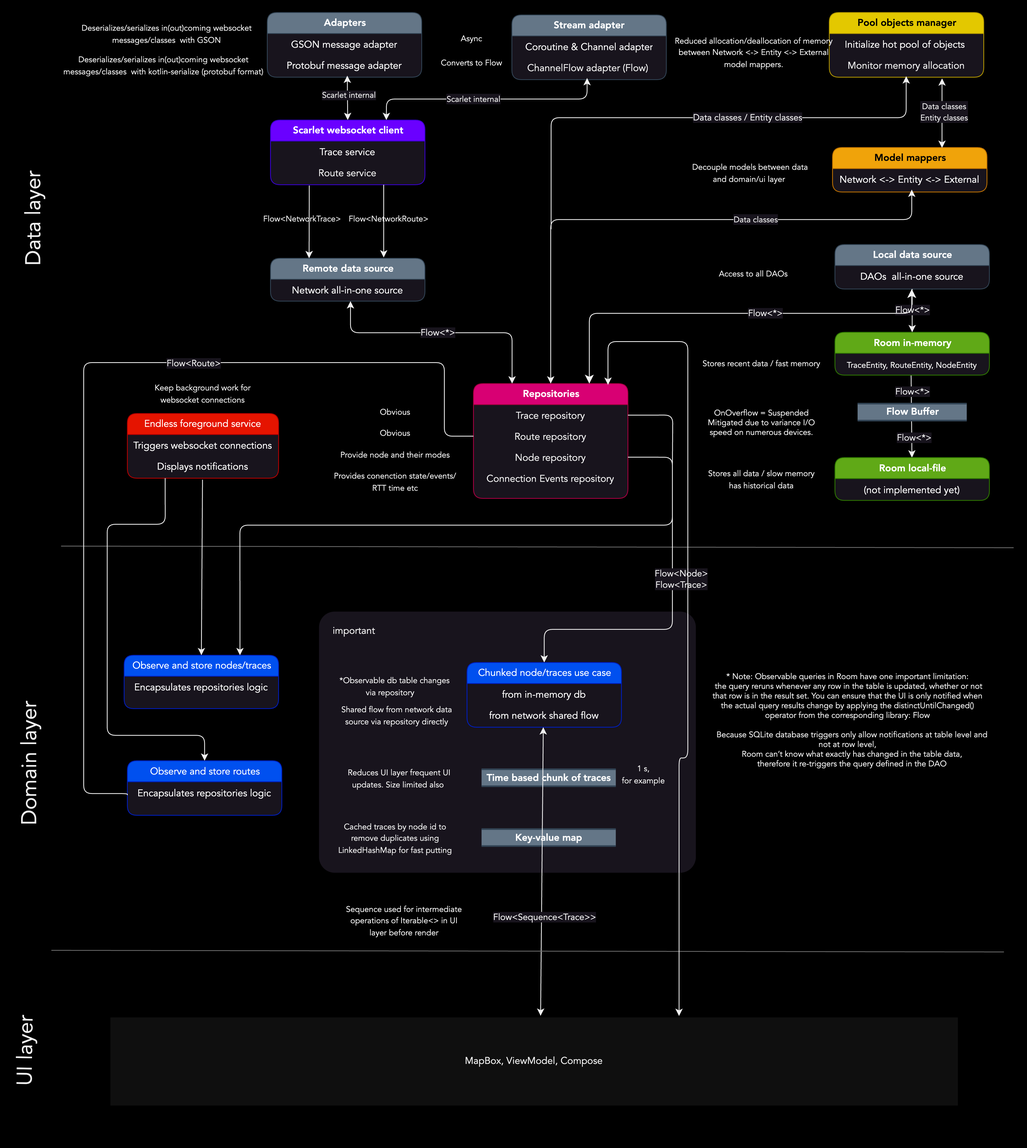
The draw.io diagram docs/design.drawio.png in vitaliystoyanov/trace-node-tracking-playground, before a commit. Source tidied: cells renumbered, new cells last; positions are measured from the earlier drawing's top-left corner, leaving out a move shared by most shapes.
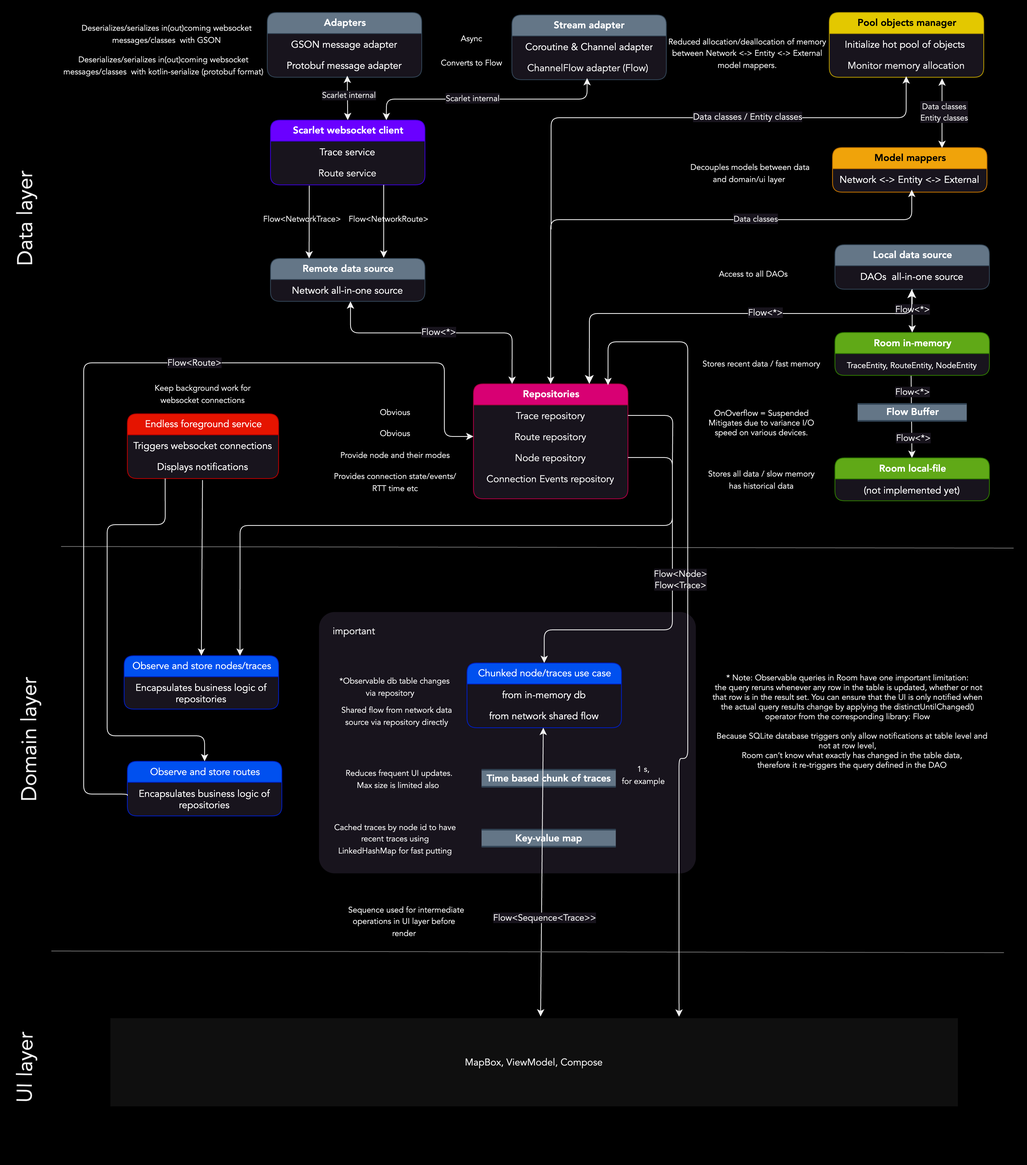
After the change.

Change to the diagram source:
```diff
@@ -106,7 +106,7 @@
         <mxPoint x="48" y="-3" as="offset" />
       </mxGeometry>
     </mxCell>
-    <mxCell id="33" value="&lt;font style=&quot;font-size: 10px;&quot;&gt;&lt;div&gt;OnOverflow = Suspended&lt;/div&gt;&lt;div&gt;Mitigated due to variance I/O speed on numerous devices.&lt;/div&gt;&lt;/font&gt;" style="text;html=1;strokeColor=none;fillColor=none;align=center;verticalAlign=middle;whiteSpace=wrap;rounded=0;fontFamily=Avenir;" parent="1" vertex="1">
+    <mxCell id="33" value="&lt;font style=&quot;font-size: 10px;&quot;&gt;&lt;div style=&quot;&quot;&gt;OnOverflow = Suspended&lt;/div&gt;&lt;div style=&quot;&quot;&gt;Mitigates due to variance I/O speed on various devices.&lt;/div&gt;&lt;/font&gt;" style="text;html=1;strokeColor=none;fillColor=none;align=center;verticalAlign=middle;whiteSpace=wrap;rounded=0;fontFamily=Avenir;" parent="1" vertex="1">
       <mxGeometry x="932.5" y="483.8" width="155" height="45.5" as="geometry" />
     </mxCell>
     <mxCell id="34" value="&lt;font style=&quot;font-size: 10px;&quot;&gt;Stores recent data / fast memory&lt;/font&gt;" style="text;html=1;strokeColor=none;fillColor=none;align=center;verticalAlign=middle;whiteSpace=wrap;rounded=0;fontFamily=Avenir;" parent="1" vertex="1">
@@ -131,7 +131,7 @@
         <mxPoint y="-3" as="offset" />
       </mxGeometry>
     </mxCell>
-    <mxCell id="39" value="&lt;span style=&quot;font-size: 10px;&quot;&gt;Provides conenction state/events/&lt;br&gt;RTT time etc&lt;br&gt;&lt;/span&gt;" style="text;html=1;strokeColor=none;fillColor=none;align=center;verticalAlign=middle;whiteSpace=wrap;rounded=0;fontFamily=Avenir;" parent="1" vertex="1">
+    <mxCell id="39" value="&lt;span style=&quot;font-size: 10px;&quot;&gt;Provides connection state/events/&lt;br&gt;RTT time etc&lt;br&gt;&lt;/span&gt;" style="text;html=1;strokeColor=none;fillColor=none;align=center;verticalAlign=middle;whiteSpace=wrap;rounded=0;fontFamily=Avenir;" parent="1" vertex="1">
       <mxGeometry x="480" y="565" width="155" height="30" as="geometry" />
     </mxCell>
     <mxCell id="40" value="&lt;span style=&quot;font-size: 10px;&quot;&gt;Provide node and their modes&lt;br&gt;&lt;/span&gt;" style="text;html=1;strokeColor=none;fillColor=none;align=center;verticalAlign=middle;whiteSpace=wrap;rounded=0;fontFamily=Avenir;" parent="1" vertex="1">
@@ -191,13 +191,13 @@
       </mxGeometry>
     </mxCell>
     <mxCell id="56" value="&lt;font style=&quot;font-size: 26px;&quot;&gt;Data layer&lt;/font&gt;" style="text;html=1;strokeColor=none;fillColor=none;align=center;verticalAlign=middle;whiteSpace=wrap;rounded=0;rotation=-90;fontFamily=Avenir;" parent="1" vertex="1">
-      <mxGeometry x="10" y="240" width="201" height="30" as="geometry" />
+      <mxGeometry y="240" width="201" height="30" as="geometry" />
     </mxCell>
     <mxCell id="57" value="&lt;font style=&quot;font-size: 26px;&quot;&gt;Domain layer&lt;/font&gt;" style="text;html=1;strokeColor=none;fillColor=none;align=center;verticalAlign=middle;whiteSpace=wrap;rounded=0;rotation=-90;fontFamily=Avenir;" parent="1" vertex="1">
-      <mxGeometry x="5" y="914" width="201" height="30" as="geometry" />
+      <mxGeometry x="5" y="884" width="201" height="30" as="geometry" />
     </mxCell>
     <mxCell id="58" value="&lt;font style=&quot;font-size: 26px;&quot;&gt;&amp;nbsp;UI layer&lt;/font&gt;" style="text;html=1;strokeColor=none;fillColor=none;align=center;verticalAlign=middle;whiteSpace=wrap;rounded=0;rotation=-89;fontFamily=Avenir;" parent="1" vertex="1">
-      <mxGeometry y="1273" width="201" height="30" as="geometry" />
+      <mxGeometry y="1293" width="201" height="30" as="geometry" />
     </mxCell>
     <mxCell id="59" value="&lt;font style=&quot;font-size: 10px;&quot;&gt;Deserializes/serializes in(out)coming websocket messages/classes&amp;nbsp; with GSON&lt;/font&gt;" style="text;html=1;strokeColor=none;fillColor=none;align=center;verticalAlign=middle;whiteSpace=wrap;rounded=0;fontFamily=Avenir;" parent="1" vertex="1">
       <mxGeometry x="167" y="11" width="216" height="30" as="geometry" />
@@ -225,7 +225,7 @@
         <mxPoint x="3" y="-1" as="offset" />
       </mxGeometry>
     </mxCell>
-    <mxCell id="65" value="&lt;font style=&quot;font-size: 10px;&quot;&gt;Decouple models between data and domain/ui layer&amp;nbsp;&lt;br&gt;&lt;/font&gt;" style="text;html=1;strokeColor=none;fillColor=none;align=center;verticalAlign=middle;whiteSpace=wrap;rounded=0;fontFamily=Avenir;" parent="1" vertex="1">
+    <mxCell id="65" value="&lt;font style=&quot;font-size: 10px;&quot;&gt;Decouples models between data and domain/ui layer&amp;nbsp;&lt;br&gt;&lt;/font&gt;" style="text;html=1;strokeColor=none;fillColor=none;align=center;verticalAlign=middle;whiteSpace=wrap;rounded=0;fontFamily=Avenir;" parent="1" vertex="1">
       <mxGeometry x="919" y="183" width="155" height="30" as="geometry" />
     </mxCell>
     <mxCell id="66" value="&lt;span style=&quot;font-size: 10px;&quot;&gt;Async&lt;br&gt;&lt;/span&gt;" style="text;html=1;strokeColor=none;fillColor=none;align=center;verticalAlign=middle;whiteSpace=wrap;rounded=0;fontFamily=Avenir;" parent="1" vertex="1">
@@ -240,7 +240,7 @@
     <mxCell id="69" value="Observe and store nodes/traces" style="swimlane;html=1;fontStyle=0;horizontal=1;startSize=26;fillColor=#0050ef;swimlaneFillColor=default;align=center;rounded=1;shadow=0;comic=0;labelBackgroundColor=none;strokeWidth=1;fontFamily=Avenir;fontSize=12;fontColor=#ffffff;strokeColor=#001DBC;" parent="1" vertex="1">
       <mxGeometry x="222" y="795" width="191" height="66" as="geometry" />
     </mxCell>
-    <mxCell id="70" value="Encapsulates repositories logic" style="text;html=1;strokeColor=none;fillColor=none;spacingLeft=4;spacingRight=4;whiteSpace=wrap;overflow=hidden;fontColor=#ffffff;align=center;fontFamily=Avenir;fontStyle=0;" parent="69" vertex="1">
+    <mxCell id="70" value="Encapsulates&amp;nbsp;business logic of&lt;br&gt;repositories" style="text;html=1;strokeColor=none;fillColor=none;spacingLeft=4;spacingRight=4;whiteSpace=wrap;overflow=hidden;fontColor=#ffffff;align=center;fontFamily=Avenir;fontStyle=0;" parent="69" vertex="1">
       <mxGeometry y="26" width="191" height="31" as="geometry" />
     </mxCell>
     <mxCell id="71" style="endArrow=none;startArrow=classic;html=1;rounded=1;entryX=1;entryY=0.5;entryDx=0;entryDy=0;edgeStyle=orthogonalEdgeStyle;curved=0;exitX=0.5;exitY=0;exitDx=0;exitDy=0;endFill=0;fontFamily=Avenir;" parent="1" edge="1" source="75" target="15">
@@ -280,7 +280,7 @@
     <mxCell id="79" value="&lt;font style=&quot;font-size: 10px;&quot;&gt;&amp;nbsp;*Observable db table changes via repository&amp;nbsp; &amp;nbsp;&lt;br&gt;&lt;/font&gt;" style="text;html=1;strokeColor=none;fillColor=none;align=center;verticalAlign=middle;whiteSpace=wrap;rounded=0;fontFamily=Avenir;" parent="1" vertex="1">
       <mxGeometry x="478" y="818" width="155" height="30" as="geometry" />
     </mxCell>
-    <mxCell id="80" value="&lt;font style=&quot;font-size: 10px;&quot;&gt;Reduces UI layer frequent UI updates. Size limited also&amp;nbsp;&lt;br&gt;&lt;/font&gt;" style="text;html=1;strokeColor=none;fillColor=none;align=center;verticalAlign=middle;whiteSpace=wrap;rounded=0;fontFamily=Avenir;" parent="1" vertex="1">
+    <mxCell id="80" value="&lt;font style=&quot;font-size: 10px;&quot;&gt;Reduces frequent UI updates. Max size is limited also&amp;nbsp;&lt;br&gt;&lt;/font&gt;" style="text;html=1;strokeColor=none;fillColor=none;align=center;verticalAlign=middle;whiteSpace=wrap;rounded=0;fontFamily=Avenir;" parent="1" vertex="1">
       <mxGeometry x="485" y="931.5" width="155" height="30" as="geometry" />
     </mxCell>
     <mxCell id="81" value="&lt;font size=&quot;1&quot; style=&quot;&quot;&gt;&lt;span style=&quot;font-size: 12px;&quot;&gt;important&lt;/span&gt;&lt;/font&gt;&lt;span style=&quot;font-size: 10px;&quot;&gt;&lt;br&gt;&lt;/span&gt;" style="text;html=1;strokeColor=none;fillColor=none;align=center;verticalAlign=middle;whiteSpace=wrap;rounded=0;fontFamily=Avenir;" parent="1" vertex="1">
@@ -337,11 +337,11 @@
     <mxCell id="92" value="&lt;b&gt;Key-value map&lt;/b&gt;" style="html=1;rounded=0;shadow=0;comic=0;labelBackgroundColor=none;strokeWidth=2;fontFamily=Avenir;fontSize=12;align=center;shape=mxgraph.ios7ui.horLines;fillColor=#647687;strokeColor=#314354;fontColor=#ffffff;" parent="1" vertex="1">
       <mxGeometry x="664" y="1010" width="166" height="21" as="geometry" />
     </mxCell>
-    <mxCell id="93" value="&lt;font style=&quot;font-size: 10px;&quot;&gt;Cached traces by node id to remove duplicates using LinkedHashMap for fast putting&lt;br&gt;&lt;/font&gt;" style="text;html=1;strokeColor=none;fillColor=none;align=center;verticalAlign=middle;whiteSpace=wrap;rounded=0;fontFamily=Avenir;" parent="1" vertex="1">
+    <mxCell id="93" value="&lt;font style=&quot;font-size: 10px;&quot;&gt;Cached traces by node id to have recent traces using LinkedHashMap for fast putting&lt;br&gt;&lt;/font&gt;" style="text;html=1;strokeColor=none;fillColor=none;align=center;verticalAlign=middle;whiteSpace=wrap;rounded=0;fontFamily=Avenir;" parent="1" vertex="1">
       <mxGeometry x="480" y="998.8" width="155" height="43.5" as="geometry" />
     </mxCell>
     <mxCell id="94" value="&lt;font style=&quot;font-size: 10px;&quot;&gt;Reduced allocation/deallocation of memory between Network &amp;lt;-&amp;gt; Entity &amp;lt;-&amp;gt; External model mappers.&lt;/font&gt;" style="text;html=1;strokeColor=none;fillColor=none;align=center;verticalAlign=middle;whiteSpace=wrap;rounded=0;fontFamily=Avenir;" parent="1" vertex="1">
-      <mxGeometry x="892.5" y="25" width="216" height="47" as="geometry" />
+      <mxGeometry x="885" y="26" width="216" height="47" as="geometry" />
     </mxCell>
     <mxCell id="95" value="* Note: Observable queries in Room have one important limitation:&#10; the query reruns whenever any row in the table is updated, whether or not that row is in the result set. You can ensure that the UI is only notified when the actual query results change by applying the distinctUntilChanged() operator from the corresponding library: Flow&#10;    &#10;    Because SQLite database triggers only allow notifications at table level and not at row level,&#10;    Room can’t know what exactly has changed in the table data,&#10;    therefore it re-triggers the query defined in the DAO" style="text;whiteSpace=wrap;fontSize=10;align=center;fontFamily=Avenir;" parent="1" vertex="1">
       <mxGeometry x="942" y="809.5" width="350" height="196" as="geometry" />
@@ -365,10 +365,10 @@
     <mxCell id="99" value="Observe and store routes" style="swimlane;html=1;fontStyle=0;horizontal=1;startSize=26;fillColor=#0050ef;swimlaneFillColor=default;align=center;rounded=1;shadow=0;comic=0;labelBackgroundColor=none;strokeWidth=1;fontFamily=Avenir;fontSize=12;fontColor=#ffffff;strokeColor=#001DBC;" parent="1" vertex="1">
       <mxGeometry x="226" y="925.5" width="191" height="67.5" as="geometry" />
     </mxCell>
-    <mxCell id="100" value="Encapsulates repositories logic" style="text;html=1;strokeColor=none;fillColor=none;spacingLeft=4;spacingRight=4;whiteSpace=wrap;overflow=hidden;points=[[0,0.5],[1,0.5]];portConstraint=eastwest;fontColor=#ffffff;align=center;fontFamily=Avenir;fontStyle=0;" parent="99" vertex="1">
+    <mxCell id="100" value="Encapsulates business logic of repositories" style="text;html=1;strokeColor=none;fillColor=none;spacingLeft=4;spacingRight=4;whiteSpace=wrap;overflow=hidden;points=[[0,0.5],[1,0.5]];portConstraint=eastwest;fontColor=#ffffff;align=center;fontFamily=Avenir;fontStyle=0;" parent="99" vertex="1">
       <mxGeometry y="26" width="191" height="33" as="geometry" />
     </mxCell>
-    <mxCell id="101" style="endArrow=none;html=1;rounded=1;entryX=0;entryY=0.5;entryDx=0;entryDy=0;exitX=0;exitY=0.5;exitDx=0;exitDy=0;edgeStyle=orthogonalEdgeStyle;curved=0;fontFamily=Avenir;" parent="1" edge="1" source="100" target="14">
+    <mxCell id="101" style="endArrow=classic;html=1;rounded=1;entryX=0;entryY=0.5;entryDx=0;entryDy=0;exitX=0;exitY=0.5;exitDx=0;exitDy=0;edgeStyle=orthogonalEdgeStyle;curved=0;fontFamily=Avenir;endFill=1;" parent="1" edge="1" source="100" target="14">
       <mxGeometry relative="1" as="geometry">
         <Array as="points">
           <mxPoint x="226" y="966" />
@@ -407,7 +407,7 @@
     <mxCell id="105" value="&lt;font style=&quot;font-size: 10px;&quot;&gt;1 s, &lt;br&gt;for example&lt;br&gt;&lt;/font&gt;" style="text;html=1;strokeColor=none;fillColor=none;align=center;verticalAlign=middle;whiteSpace=wrap;rounded=0;fontFamily=Avenir;" parent="1" vertex="1">
       <mxGeometry x="787" y="927" width="155" height="30" as="geometry" />
     </mxCell>
-    <mxCell id="106" value="&lt;font style=&quot;font-size: 10px;&quot;&gt;Sequence used for intermediate operations of Iterable&amp;lt;&amp;gt; in UI layer before render&lt;br&gt;&lt;/font&gt;" style="text;html=1;strokeColor=none;fillColor=none;align=center;verticalAlign=middle;whiteSpace=wrap;rounded=0;fontFamily=Avenir;" parent="1" vertex="1">
+    <mxCell id="106" value="&lt;font style=&quot;font-size: 10px;&quot;&gt;&amp;nbsp; Sequence used for intermediate operations in UI layer before render&lt;br&gt;&lt;/font&gt;" style="text;html=1;strokeColor=none;fillColor=none;align=center;verticalAlign=middle;whiteSpace=wrap;rounded=0;fontFamily=Avenir;" parent="1" vertex="1">
       <mxGeometry x="491" y="1101" width="155" height="43.5" as="geometry" />
     </mxCell>
   </root>
```
